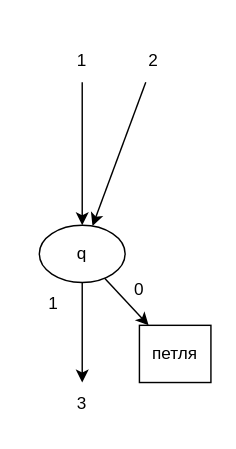
eldarian-1/pstu keeps this draw.io diagram as Системное программирование/ЛР3/3 3.drawio. Above is the earlier version. Source tidied: cells renumbered, new cells numbered last; positions are measured from the earlier drawing's top-left corner, leaving out a move shared by most shapes. Both pictures are drawn from the tidied source at 143%, with x=0, y=0 at pixel (24, 39).
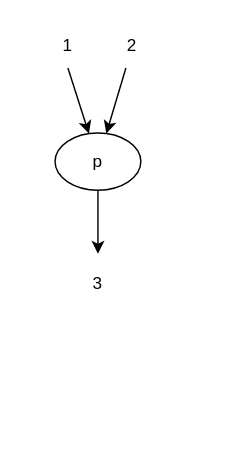
After the change.

Change to the diagram source:
```diff
@@
 <mxGraphModel>
   <root>
     <mxCell id="0" />
     <mxCell id="1" parent="0" />
-    <mxCell id="2" value="q" style="ellipse;whiteSpace=wrap;html=1;" parent="1" vertex="1">
-      <mxGeometry x="10" y="130" width="60" height="40" as="geometry" />
-    </mxCell>
-    <mxCell id="3" style="endArrow=classic;html=1;rounded=0;startArrow=none;" parent="1" edge="1" target="2">
-      <mxGeometry relative="1" as="geometry">
-        <mxPoint x="40" y="30" as="sourcePoint" />
-      </mxGeometry>
-    </mxCell>
-    <mxCell id="4" style="endArrow=classic;html=1;rounded=0;" parent="1" edge="1" source="2" target="11">
-      <mxGeometry relative="1" as="geometry" />
-    </mxCell>
-    <mxCell id="5" value="1" style="text;html=1;strokeColor=none;fillColor=none;align=center;verticalAlign=middle;whiteSpace=wrap;rounded=0;" parent="1" vertex="1">
-      <mxGeometry x="20" width="40" height="30" as="geometry" />
-    </mxCell>
+    <mxCell id="13" value="p" style="ellipse;whiteSpace=wrap;html=1;" parent="1" vertex="1">
+      <mxGeometry x="21" y="65.5" width="60" height="40" as="geometry" />
+    </mxCell>
+    <mxCell id="14" style="endArrow=classic;html=1;rounded=0;startArrow=none;" parent="1" edge="1" target="13">
+      <mxGeometry relative="1" as="geometry">
+        <mxPoint x="30" y="20" as="sourcePoint" />
+      </mxGeometry>
+    </mxCell>
+    <mxCell id="15" value="1" style="text;html=1;strokeColor=none;fillColor=none;align=center;verticalAlign=middle;whiteSpace=wrap;rounded=0;" parent="1" vertex="1">
+      <mxGeometry x="10" y="-10" width="40" height="30" as="geometry" />
+    </mxCell>
     <mxCell id="6" value="2" style="text;html=1;strokeColor=none;fillColor=none;align=center;verticalAlign=middle;whiteSpace=wrap;rounded=0;" parent="1" vertex="1">
-      <mxGeometry x="70" width="40" height="30" as="geometry" />
+      <mxGeometry x="55" y="-10" width="40" height="30" as="geometry" />
     </mxCell>
-    <mxCell id="7" value="0" style="text;html=1;strokeColor=none;fillColor=none;align=center;verticalAlign=middle;whiteSpace=wrap;rounded=0;" parent="1" vertex="1">
-      <mxGeometry x="60" y="160" width="40" height="30" as="geometry" />
-    </mxCell>
-    <mxCell id="8" style="endArrow=classic;html=1;rounded=0;" parent="1" edge="1" source="2">
-      <mxGeometry relative="1" as="geometry">
-        <mxPoint x="40" y="240" as="targetPoint" />
-      </mxGeometry>
-    </mxCell>
+    <mxCell id="16" style="endArrow=classic;html=1;rounded=0;" parent="1" edge="1" source="13">
+      <mxGeometry relative="1" as="geometry">
+        <mxPoint x="51" y="150" as="targetPoint" />
+      </mxGeometry>
+    </mxCell>
     <mxCell id="9" value="3" style="text;html=1;strokeColor=none;fillColor=none;align=center;verticalAlign=middle;whiteSpace=wrap;rounded=0;" parent="1" vertex="1">
-      <mxGeometry x="20" y="240" width="40" height="30" as="geometry" />
+      <mxGeometry x="31" y="155.5" width="40" height="30" as="geometry" />
     </mxCell>
-    <mxCell id="10" style="endArrow=classic;html=1;rounded=0;startArrow=none;" parent="1" edge="1" source="6" target="2">
-      <mxGeometry relative="1" as="geometry" />
-    </mxCell>
-    <mxCell id="11" value="петля" style="rounded=0;whiteSpace=wrap;html=1;" parent="1" vertex="1">
-      <mxGeometry x="80" y="200" width="50" height="40" as="geometry" />
-    </mxCell>
-    <mxCell id="12" value="1" style="text;html=1;strokeColor=none;fillColor=none;align=center;verticalAlign=middle;whiteSpace=wrap;rounded=0;" parent="1" vertex="1">
-      <mxGeometry y="170" width="40" height="30" as="geometry" />
-    </mxCell>
+    <mxCell id="17" style="endArrow=classic;html=1;rounded=0;startArrow=none;" parent="1" edge="1" source="6" target="13">
+      <mxGeometry relative="1" as="geometry" />
+    </mxCell>
   </root>
 </mxGraphModel>
```
